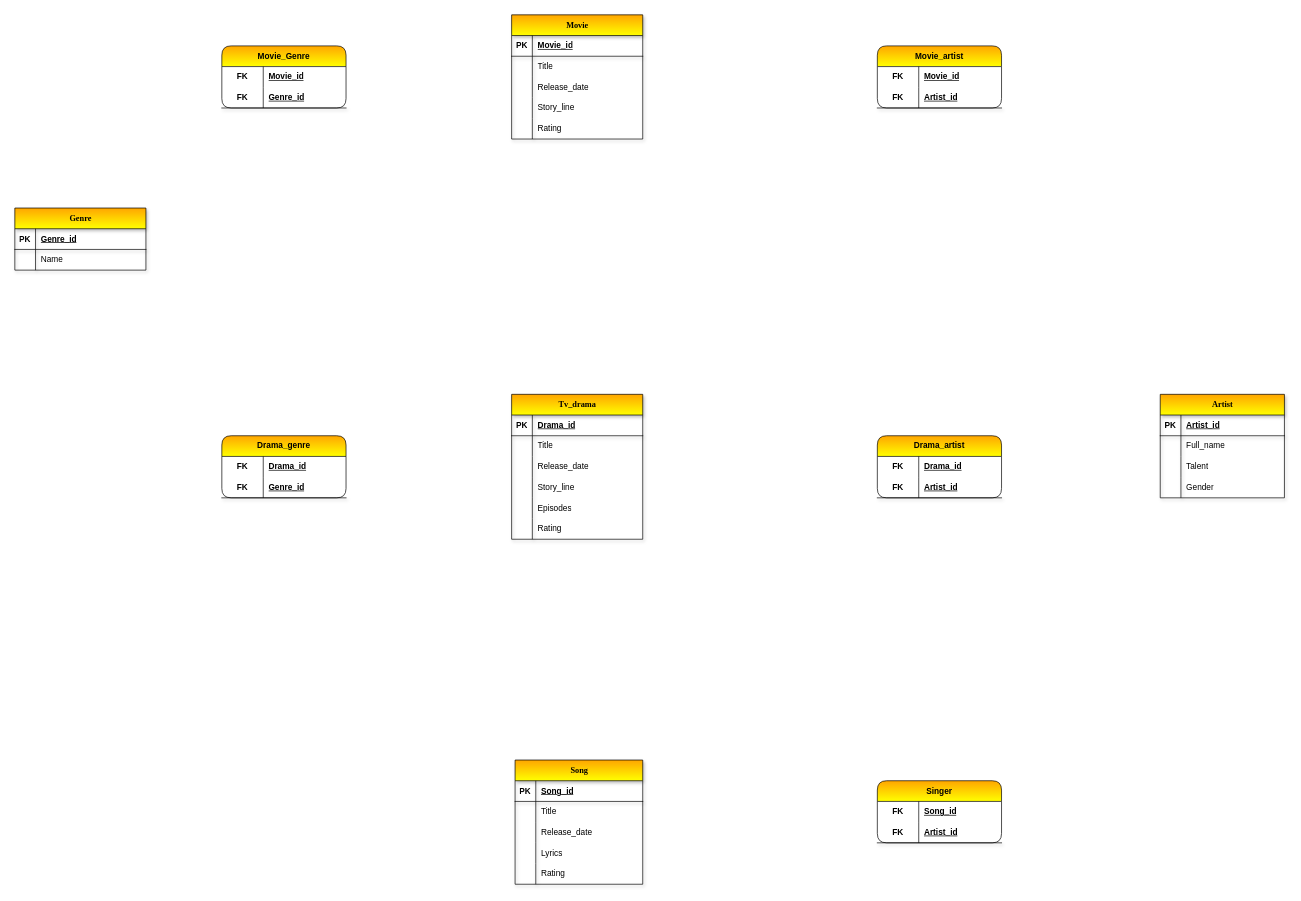
This is PakFlix Database Project.drawio from MuhammadUsmanBash/PakFlix-Database-Project, a draw.io file, before an edit. Source tidied: cells renumbered, new cells numbered last; positions are measured from the earlier drawing's top-left corner, leaving out a move shared by most shapes. Both pictures are drawn from the tidied source at 69%, with x=0, y=0 at pixel (14, 14).
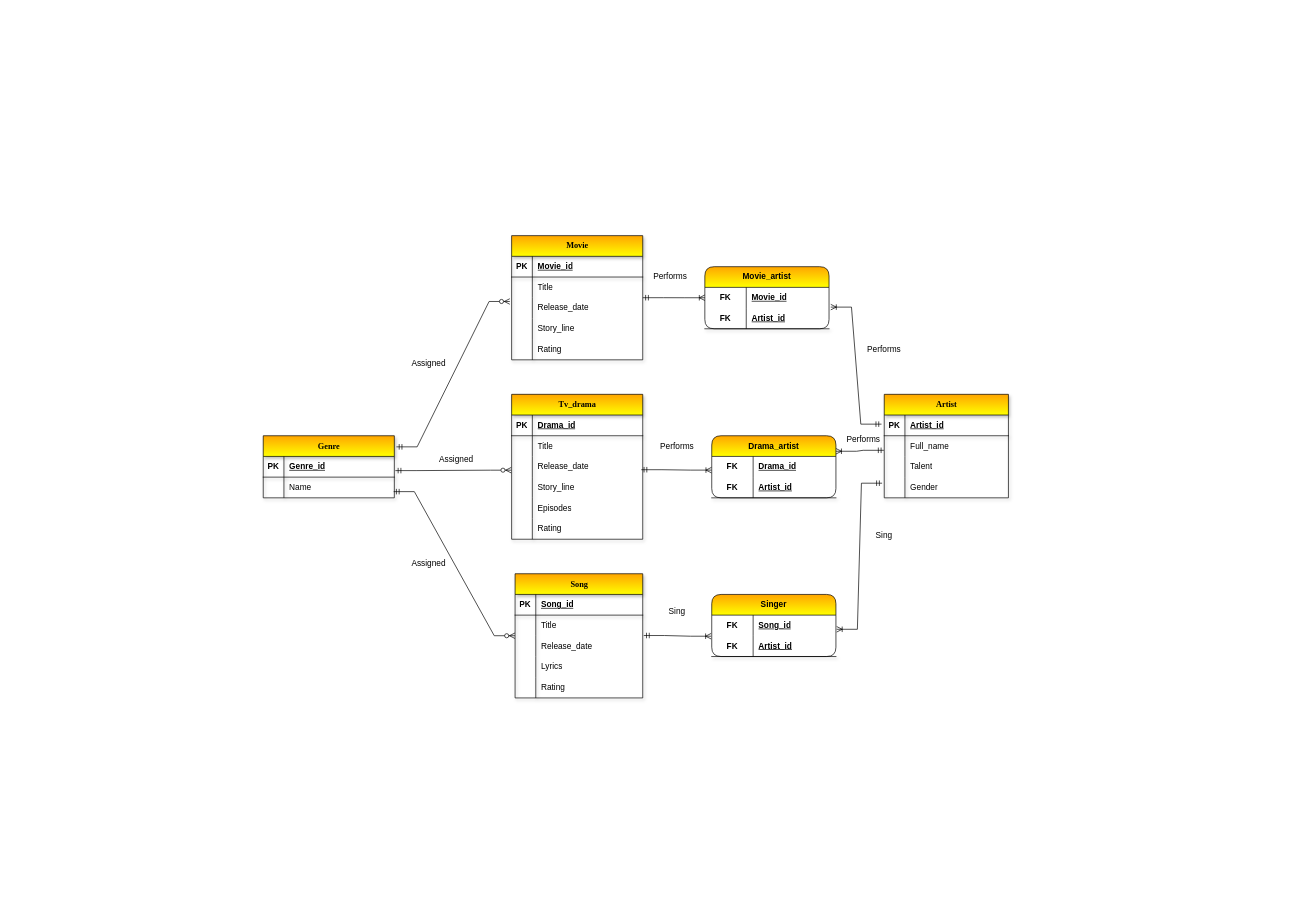
The same page after the edit.

The change refers to these unchanged cells:
```xml
<mxCell id="9" style="shape=tableRow;horizontal=0;startSize=0;swimlaneHead=0;swimlaneBody=0;fillColor=none;points=[[0,0.5],[1,0.5]];portConstraint=eastwest;top=0;left=0;right=0;bottom=0;shadow=1;" parent="2" vertex="1">
  <mxGeometry y="90" width="190" height="30" as="geometry" />
</mxCell>
<mxCell id="25" style="shape=tableRow;horizontal=0;startSize=0;swimlaneHead=0;swimlaneBody=0;fillColor=none;points=[[0,0.5],[1,0.5]];portConstraint=eastwest;top=0;left=0;right=0;bottom=0;shadow=1;" parent="18" vertex="1">
  <mxGeometry y="90" width="190" height="30" as="geometry" />
</mxCell>
<mxCell id="44" style="shape=tableRow;horizontal=0;startSize=0;swimlaneHead=0;swimlaneBody=0;fillColor=none;points=[[0,0.5],[1,0.5]];portConstraint=eastwest;top=0;left=0;right=0;bottom=0;shadow=1;" parent="37" vertex="1">
  <mxGeometry y="90" width="185" height="30" as="geometry" />
</mxCell>
<mxCell id="54" style="shape=tableRow;horizontal=0;startSize=0;swimlaneHead=0;swimlaneBody=0;fillColor=none;points=[[0,0.5],[1,0.5]];portConstraint=eastwest;top=0;left=0;right=0;bottom=1;shadow=1;" parent="53" vertex="1">
  <mxGeometry y="30" width="190" height="30" as="geometry" />
</mxCell>
<mxCell id="61" style="shape=tableRow;horizontal=0;startSize=0;swimlaneHead=0;swimlaneBody=0;fillColor=none;points=[[0,0.5],[1,0.5]];portConstraint=eastwest;top=0;left=0;right=0;bottom=1;shadow=1;" parent="60" vertex="1">
  <mxGeometry y="30" width="180" height="30" as="geometry" />
</mxCell>
<mxCell id="64" style="shape=tableRow;horizontal=0;startSize=0;swimlaneHead=0;swimlaneBody=0;fillColor=none;points=[[0,0.5],[1,0.5]];portConstraint=eastwest;top=0;left=0;right=0;bottom=0;shadow=1;" parent="60" vertex="1">
  <mxGeometry y="60" width="180" height="30" as="geometry" />
</mxCell>
<mxCell id="70" style="shape=tableRow;horizontal=0;startSize=0;swimlaneHead=0;swimlaneBody=0;fillColor=none;points=[[0,0.5],[1,0.5]];portConstraint=eastwest;top=0;left=0;right=0;bottom=0;shadow=1;" parent="60" vertex="1">
  <mxGeometry y="120" width="180" height="30" as="geometry" />
</mxCell>
<mxCell id="74" style="shape=tableRow;horizontal=0;startSize=0;swimlaneHead=0;swimlaneBody=0;fillColor=none;points=[[0,0.5],[1,0.5]];portConstraint=eastwest;top=0;left=0;right=0;bottom=0;html=1;shadow=1;" parent="73" vertex="1">
  <mxGeometry y="30" width="180" height="30" as="geometry" />
</mxCell>
<mxCell id="81" style="shape=tableRow;horizontal=0;startSize=0;swimlaneHead=0;swimlaneBody=0;fillColor=none;points=[[0,0.5],[1,0.5]];portConstraint=eastwest;top=0;left=0;right=0;bottom=0;html=1;shadow=1;" parent="80" vertex="1">
  <mxGeometry y="30" width="180" height="30" as="geometry" />
</mxCell>
<mxCell id="88" style="shape=tableRow;horizontal=0;startSize=0;swimlaneHead=0;swimlaneBody=0;fillColor=none;points=[[0,0.5],[1,0.5]];portConstraint=eastwest;top=0;left=0;right=0;bottom=0;html=1;shadow=1;" parent="87" vertex="1">
  <mxGeometry y="30" width="180" height="30" as="geometry" />
</mxCell>
<mxCell id="91" style="shape=tableRow;horizontal=0;startSize=0;swimlaneHead=0;swimlaneBody=0;fillColor=none;points=[[0,0.5],[1,0.5]];portConstraint=eastwest;top=0;left=0;right=0;bottom=1;html=1;shadow=1;" parent="87" vertex="1">
  <mxGeometry y="60" width="180" height="30" as="geometry" />
</mxCell>
```

Diff of the diagram source:
```diff
@@
     <mxCell id="2" value="&lt;font face=&quot;Times New Roman&quot;&gt;Movie&lt;/font&gt;" style="shape=table;startSize=30;childLayout=tableLayout;rowLines=0;fontStyle=1;align=center;html=1;gradientColor=#FFFF00;swimlaneFillColor=none;fillColor=#FFA500;shadow=1;" parent="1" vertex="1">
-      <mxGeometry x="720" width="190" height="180" as="geometry" />
+      <mxGeometry x="720" y="320" width="190" height="180" as="geometry" />
     </mxCell>
@@
     <mxCell id="37" value="&lt;font face=&quot;Times New Roman&quot;&gt;Song&lt;/font&gt;" style="shape=table;startSize=30;childLayout=tableLayout;rowLines=0;fontStyle=1;align=center;html=1;gradientColor=#FFFF00;swimlaneFillColor=none;fillColor=#FFA500;shadow=1;" parent="1" vertex="1">
-      <mxGeometry x="725" y="1080" width="185" height="180" as="geometry" />
+      <mxGeometry x="725" y="810" width="185" height="180" as="geometry" />
     </mxCell>
@@
     <mxCell id="53" value="&lt;font face=&quot;Times New Roman&quot;&gt;Genre&lt;/font&gt;" style="shape=table;startSize=30;childLayout=tableLayout;rowLines=0;fontStyle=1;align=center;html=1;gradientColor=#FFFF00;swimlaneFillColor=none;fillColor=#FFA500;shadow=1;" parent="1" vertex="1">
-      <mxGeometry y="280" width="190" height="90" as="geometry" />
+      <mxGeometry x="360" y="610" width="190" height="90" as="geometry" />
     </mxCell>
@@
     <mxCell id="60" value="&lt;font face=&quot;Times New Roman&quot;&gt;Artist&lt;/font&gt;" style="shape=table;startSize=30;childLayout=tableLayout;rowLines=0;fontStyle=1;align=center;html=1;gradientColor=#FFFF00;swimlaneFillColor=none;fillColor=#FFA500;shadow=1;" parent="1" vertex="1">
-      <mxGeometry x="1660" y="550" width="180" height="150" as="geometry" />
+      <mxGeometry x="1260" y="550" width="180" height="150" as="geometry" />
     </mxCell>
@@
     <mxCell id="73" value="Movie_artist" style="shape=table;startSize=30;childLayout=tableLayout;rowLines=0;fontStyle=1;align=center;html=1;whiteSpace=wrap;gradientColor=#FFFF00;fillColor=#FFA500;swimlaneFillColor=default;shadow=0;rounded=1;" parent="1" vertex="1">
-      <mxGeometry x="1250" y="45" width="180" height="90" as="geometry" />
+      <mxGeometry x="1000" y="365" width="180" height="90" as="geometry" />
     </mxCell>
@@
     <mxCell id="80" value="Drama_artist" style="shape=table;startSize=30;childLayout=tableLayout;rowLines=0;fontStyle=1;align=center;html=1;whiteSpace=wrap;gradientColor=#FFFF00;fillColor=#FFA500;swimlaneFillColor=default;shadow=0;rounded=1;" parent="1" vertex="1">
-      <mxGeometry x="1250" y="610" width="180" height="90" as="geometry" />
+      <mxGeometry x="1010" y="610" width="180" height="90" as="geometry" />
     </mxCell>
@@
     <mxCell id="87" value="Singer" style="shape=table;startSize=30;childLayout=tableLayout;rowLines=0;fontStyle=1;align=center;html=1;whiteSpace=wrap;gradientColor=#FFFF00;fillColor=#FFA500;swimlaneFillColor=default;shadow=0;rounded=1;" parent="1" vertex="1">
-      <mxGeometry x="1250" y="1110" width="180" height="90" as="geometry" />
+      <mxGeometry x="1010" y="840" width="180" height="90" as="geometry" />
     </mxCell>
@@
-    <mxCell id="94" value="Movie_Genre" style="shape=table;startSize=30;childLayout=tableLayout;rowLines=0;fontStyle=1;align=center;html=1;whiteSpace=wrap;gradientColor=#FFFF00;fillColor=#FFA500;swimlaneFillColor=default;shadow=0;rounded=1;" parent="1" vertex="1">
-      <mxGeometry x="300" y="45" width="180" height="90" as="geometry" />
-    </mxCell>
-    <mxCell id="95" style="shape=tableRow;horizontal=0;startSize=0;swimlaneHead=0;swimlaneBody=0;fillColor=none;top=0;left=0;right=0;bottom=0;html=1;shadow=1;" parent="94" vertex="1">
-      <mxGeometry y="30" width="180" height="30" as="geometry" />
-    </mxCell>
-    <mxCell id="96" value="FK" style="shape=partialRectangle;fillColor=none;top=0;left=0;bottom=0;right=0;fontStyle=1;overflow=hidden;html=1;whiteSpace=wrap;shadow=1;" parent="95" vertex="1">
-      <mxGeometry width="60" height="30" as="geometry" />
-    </mxCell>
-    <mxCell id="97" value="Movie_id" style="shape=partialRectangle;fillColor=none;top=0;left=0;bottom=0;right=0;align=left;spacingLeft=6;fontStyle=5;overflow=hidden;html=1;whiteSpace=wrap;shadow=1;" parent="95" vertex="1">
-      <mxGeometry x="60" width="120" height="30" as="geometry" />
-    </mxCell>
-    <mxCell id="98" style="shape=tableRow;horizontal=0;startSize=0;swimlaneHead=0;swimlaneBody=0;fillColor=none;top=0;left=0;right=0;bottom=1;html=1;shadow=1;" parent="94" vertex="1">
-      <mxGeometry y="60" width="180" height="30" as="geometry" />
-    </mxCell>
-    <mxCell id="99" value="FK" style="shape=partialRectangle;fillColor=none;top=0;left=0;bottom=0;right=0;fontStyle=1;overflow=hidden;html=1;whiteSpace=wrap;shadow=1;" parent="98" vertex="1">
-      <mxGeometry width="60" height="30" as="geometry" />
-    </mxCell>
-    <mxCell id="100" value="Genre_id" style="shape=partialRectangle;fillColor=none;top=0;left=0;bottom=0;right=0;align=left;spacingLeft=6;fontStyle=5;overflow=hidden;html=1;whiteSpace=wrap;shadow=1;" parent="98" vertex="1">
-      <mxGeometry x="60" width="120" height="30" as="geometry" />
-    </mxCell>
-    <mxCell id="101" value="Drama_genre" style="shape=table;startSize=30;childLayout=tableLayout;rowLines=0;fontStyle=1;align=center;html=1;whiteSpace=wrap;gradientColor=#FFFF00;fillColor=#FFA500;swimlaneFillColor=default;shadow=0;rounded=1;" parent="1" vertex="1">
-      <mxGeometry x="300" y="610" width="180" height="90" as="geometry" />
-    </mxCell>
-    <mxCell id="102" style="shape=tableRow;horizontal=0;startSize=0;swimlaneHead=0;swimlaneBody=0;fillColor=none;top=0;left=0;right=0;bottom=0;html=1;shadow=1;" parent="101" vertex="1">
-      <mxGeometry y="30" width="180" height="30" as="geometry" />
-    </mxCell>
-    <mxCell id="103" value="FK" style="shape=partialRectangle;fillColor=none;top=0;left=0;bottom=0;right=0;fontStyle=1;overflow=hidden;html=1;whiteSpace=wrap;shadow=1;" parent="102" vertex="1">
-      <mxGeometry width="60" height="30" as="geometry" />
-    </mxCell>
-    <mxCell id="104" value="Drama_id" style="shape=partialRectangle;fillColor=none;top=0;left=0;bottom=0;right=0;align=left;spacingLeft=6;fontStyle=5;overflow=hidden;html=1;whiteSpace=wrap;shadow=1;" parent="102" vertex="1">
-      <mxGeometry x="60" width="120" height="30" as="geometry" />
-    </mxCell>
-    <mxCell id="105" style="shape=tableRow;horizontal=0;startSize=0;swimlaneHead=0;swimlaneBody=0;fillColor=none;top=0;left=0;right=0;bottom=1;html=1;shadow=1;" parent="101" vertex="1">
-      <mxGeometry y="60" width="180" height="30" as="geometry" />
-    </mxCell>
-    <mxCell id="106" value="FK" style="shape=partialRectangle;fillColor=none;top=0;left=0;bottom=0;right=0;fontStyle=1;overflow=hidden;html=1;whiteSpace=wrap;shadow=1;" parent="105" vertex="1">
-      <mxGeometry width="60" height="30" as="geometry" />
-    </mxCell>
-    <mxCell id="107" value="Genre_id" style="shape=partialRectangle;fillColor=none;top=0;left=0;bottom=0;right=0;align=left;spacingLeft=6;fontStyle=5;overflow=hidden;html=1;whiteSpace=wrap;shadow=1;" parent="105" vertex="1">
-      <mxGeometry x="60" width="120" height="30" as="geometry" />
-    </mxCell>
+    <mxCell id="108" style="edgeStyle=entityRelationEdgeStyle;fontSize=12;html=1;endArrow=ERoneToMany;startArrow=ERmandOne;rounded=0;entryX=0;entryY=0.5;entryDx=0;entryDy=0;exitX=1.001;exitY=-0.002;exitDx=0;exitDy=0;exitPerimeter=0;" parent="1" edge="1" source="9" target="74">
+      <mxGeometry relative="1" as="geometry">
+        <Array as="points">
+          <mxPoint x="1260" y="120" />
+          <mxPoint x="1270" y="110" />
+        </Array>
+      </mxGeometry>
+    </mxCell>
+    <mxCell id="109" style="edgeStyle=entityRelationEdgeStyle;fontSize=12;html=1;endArrow=ERoneToMany;startArrow=ERmandOne;rounded=0;exitX=1.008;exitY=-0.015;exitDx=0;exitDy=0;exitPerimeter=0;entryX=-0.005;entryY=0.018;entryDx=0;entryDy=0;entryPerimeter=0;" parent="1" edge="1" source="44" target="91">
+      <mxGeometry relative="1" as="geometry">
+        <Array as="points">
+          <mxPoint x="1260" y="1200" />
+          <mxPoint x="1270" y="1190" />
+        </Array>
+      </mxGeometry>
+    </mxCell>
+    <mxCell id="110" style="edgeStyle=entityRelationEdgeStyle;fontSize=12;html=1;endArrow=ERoneToMany;startArrow=ERmandOne;rounded=0;exitX=0.989;exitY=0.641;exitDx=0;exitDy=0;exitPerimeter=0;entryX=-0.002;entryY=0.661;entryDx=0;entryDy=0;entryPerimeter=0;" parent="1" edge="1" source="25" target="81">
+      <mxGeometry relative="1" as="geometry">
+        <Array as="points">
+          <mxPoint x="1260" y="690" />
+          <mxPoint x="1270" y="680" />
+        </Array>
+      </mxGeometry>
+    </mxCell>
+    <mxCell id="111" style="edgeStyle=entityRelationEdgeStyle;fontSize=12;html=1;endArrow=ERoneToMany;startArrow=ERmandOne;rounded=0;entryX=1;entryY=0.25;entryDx=0;entryDy=0;exitX=-0.003;exitY=0.704;exitDx=0;exitDy=0;exitPerimeter=0;" parent="1" edge="1" source="64" target="80">
+      <mxGeometry relative="1" as="geometry">
+        <Array as="points">
+          <mxPoint x="1692.1" y="690" />
+          <mxPoint x="1550" y="640" />
+          <mxPoint x="1702.1" y="680" />
+        </Array>
+      </mxGeometry>
+    </mxCell>
+    <mxCell id="112" style="edgeStyle=entityRelationEdgeStyle;fontSize=12;html=1;endArrow=ERoneToMany;startArrow=ERmandOne;rounded=0;entryX=1.006;entryY=0.684;entryDx=0;entryDy=0;entryPerimeter=0;exitX=-0.017;exitY=0.293;exitDx=0;exitDy=0;exitPerimeter=0;" parent="1" edge="1" source="70" target="88">
+      <mxGeometry relative="1" as="geometry" />
+    </mxCell>
+    <mxCell id="113" style="edgeStyle=entityRelationEdgeStyle;fontSize=12;html=1;endArrow=ERoneToMany;startArrow=ERmandOne;rounded=0;entryX=1.014;entryY=0.953;entryDx=0;entryDy=0;entryPerimeter=0;exitX=-0.022;exitY=0.44;exitDx=0;exitDy=0;exitPerimeter=0;" parent="1" edge="1" source="61" target="74">
+      <mxGeometry relative="1" as="geometry" />
+    </mxCell>
+    <mxCell id="114" style="edgeStyle=entityRelationEdgeStyle;fontSize=12;html=1;endArrow=ERzeroToMany;startArrow=ERmandOne;rounded=0;entryX=-0.014;entryY=0.181;entryDx=0;entryDy=0;entryPerimeter=0;exitX=1.016;exitY=0.179;exitDx=0;exitDy=0;exitPerimeter=0;" parent="1" edge="1" source="53" target="9">
+      <mxGeometry relative="1" as="geometry" />
+    </mxCell>
+    <mxCell id="115" style="edgeStyle=entityRelationEdgeStyle;fontSize=12;html=1;endArrow=ERzeroToMany;startArrow=ERmandOne;rounded=0;exitX=1.008;exitY=0.684;exitDx=0;exitDy=0;exitPerimeter=0;entryX=-0.003;entryY=0.664;entryDx=0;entryDy=0;entryPerimeter=0;" parent="1" edge="1" source="54" target="25">
+      <mxGeometry relative="1" as="geometry" />
+    </mxCell>
+    <mxCell id="116" style="edgeStyle=entityRelationEdgeStyle;fontSize=12;html=1;endArrow=ERzeroToMany;startArrow=ERmandOne;rounded=0;exitX=0.995;exitY=-0.005;exitDx=0;exitDy=0;exitPerimeter=0;entryX=-0.001;entryY=-0.005;entryDx=0;entryDy=0;entryPerimeter=0;" parent="1" edge="1" target="44">
+      <mxGeometry relative="1" as="geometry">
+        <mxPoint x="549" y="691" as="sourcePoint" />
+      </mxGeometry>
+    </mxCell>
+    <mxCell id="117" value="Assigned" style="text;html=1;align=center;verticalAlign=middle;whiteSpace=wrap;rounded=0;" parent="1" vertex="1">
+      <mxGeometry x="570" y="490" width="60" height="30" as="geometry" />
+    </mxCell>
+    <mxCell id="118" value="Assigned" style="text;html=1;align=center;verticalAlign=middle;whiteSpace=wrap;rounded=0;" parent="1" vertex="1">
+      <mxGeometry x="570" y="780" width="60" height="30" as="geometry" />
+    </mxCell>
+    <mxCell id="119" value="Assigned" style="text;html=1;align=center;verticalAlign=middle;whiteSpace=wrap;rounded=0;" parent="1" vertex="1">
+      <mxGeometry x="610" y="630" width="60" height="30" as="geometry" />
+    </mxCell>
+    <mxCell id="120" value="Performs" style="text;html=1;align=center;verticalAlign=middle;whiteSpace=wrap;rounded=0;" parent="1" vertex="1">
+      <mxGeometry x="920" y="365" width="60" height="30" as="geometry" />
+    </mxCell>
+    <mxCell id="121" value="Performs" style="text;html=1;align=center;verticalAlign=middle;whiteSpace=wrap;rounded=0;" parent="1" vertex="1">
+      <mxGeometry x="930" y="610" width="60" height="30" as="geometry" />
+    </mxCell>
+    <mxCell id="122" value="Sing" style="text;html=1;align=center;verticalAlign=middle;whiteSpace=wrap;rounded=0;" parent="1" vertex="1">
+      <mxGeometry x="930" y="850" width="60" height="30" as="geometry" />
+    </mxCell>
+    <mxCell id="123" value="Performs" style="text;html=1;align=center;verticalAlign=middle;whiteSpace=wrap;rounded=0;" parent="1" vertex="1">
+      <mxGeometry x="1230" y="470" width="60" height="30" as="geometry" />
+    </mxCell>
+    <mxCell id="124" value="Performs" style="text;html=1;align=center;verticalAlign=middle;whiteSpace=wrap;rounded=0;" parent="1" vertex="1">
+      <mxGeometry x="1200" y="600" width="60" height="30" as="geometry" />
+    </mxCell>
+    <mxCell id="125" value="Sing" style="text;html=1;align=center;verticalAlign=middle;whiteSpace=wrap;rounded=0;" parent="1" vertex="1">
+      <mxGeometry x="1230" y="740" width="60" height="30" as="geometry" />
+    </mxCell>
```
